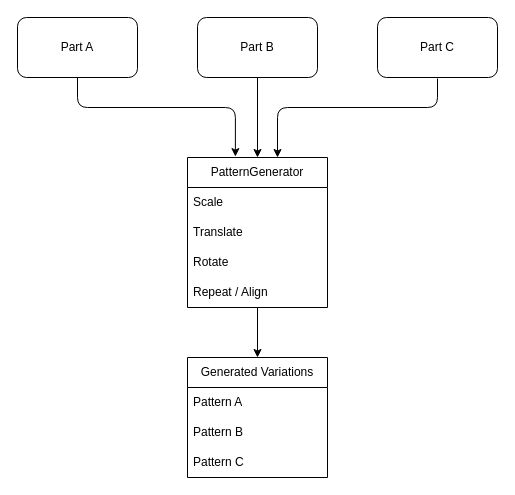
uminchegject/ToDo keeps this draw.io diagram as PF/Drawio/PatternGenerator.drawio. Above is the earlier version. Source tidied: cells renumbered, new cells numbered last; positions are measured from the earlier drawing's top-left corner, leaving out a move shared by most shapes. Both pictures are drawn from the tidied source at 100%, with x=0, y=0 at pixel (17, 17).
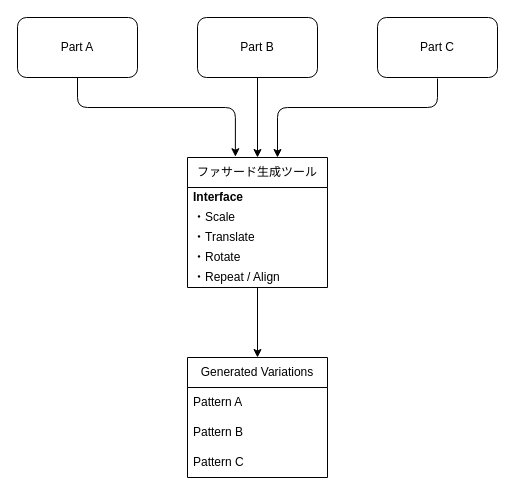
The same page after the edit.

Change to the diagram source:
```diff
@@
-    <mxCell id="4" value="PatternGenerator" style="swimlane;fontStyle=0;horizontal=1;startSize=30;whiteSpace=wrap;html=1;" parent="1" vertex="1">
-      <mxGeometry x="170" y="140" width="140" height="150" as="geometry" />
+    <mxCell id="4" value="ファサード生成ツール" style="swimlane;fontStyle=0;horizontal=1;startSize=30;whiteSpace=wrap;html=1;" parent="1" vertex="1">
+      <mxGeometry x="170" y="140" width="140" height="130" as="geometry" />
     </mxCell>
+    <mxCell id="18" value="&lt;b&gt;Interface&lt;/b&gt;" style="text;strokeColor=none;fillColor=none;align=left;verticalAlign=middle;spacingLeft=4;spacingRight=4;overflow=hidden;whiteSpace=wrap;html=1;" parent="4" vertex="1">
+      <mxGeometry y="30" width="140" height="20" as="geometry" />
+    </mxCell>
-    <mxCell id="5" value="Scale" style="text;strokeColor=none;fillColor=none;align=left;verticalAlign=middle;spacingLeft=4;spacingRight=4;overflow=hidden;whiteSpace=wrap;html=1;" parent="4" vertex="1">
-      <mxGeometry y="30" width="140" height="30" as="geometry" />
+    <mxCell id="5" value="・Scale" style="text;strokeColor=none;fillColor=none;align=left;verticalAlign=middle;spacingLeft=4;spacingRight=4;overflow=hidden;whiteSpace=wrap;html=1;" parent="4" vertex="1">
+      <mxGeometry y="50" width="140" height="20" as="geometry" />
     </mxCell>
-    <mxCell id="6" value="Translate" style="text;strokeColor=none;fillColor=none;align=left;verticalAlign=middle;spacingLeft=4;spacingRight=4;overflow=hidden;whiteSpace=wrap;html=1;" parent="4" vertex="1">
-      <mxGeometry y="60" width="140" height="30" as="geometry" />
+    <mxCell id="6" value="&lt;span style=&quot;color: rgb(0, 0, 0);&quot;&gt;・&lt;/span&gt;Translate" style="text;strokeColor=none;fillColor=none;align=left;verticalAlign=middle;spacingLeft=4;spacingRight=4;overflow=hidden;whiteSpace=wrap;html=1;" parent="4" vertex="1">
+      <mxGeometry y="70" width="140" height="20" as="geometry" />
     </mxCell>
-    <mxCell id="7" value="Rotate" style="text;strokeColor=none;fillColor=none;align=left;verticalAlign=middle;spacingLeft=4;spacingRight=4;overflow=hidden;whiteSpace=wrap;html=1;" parent="4" vertex="1">
-      <mxGeometry y="90" width="140" height="30" as="geometry" />
+    <mxCell id="7" value="&lt;span style=&quot;color: rgb(0, 0, 0);&quot;&gt;・&lt;/span&gt;Rotate" style="text;strokeColor=none;fillColor=none;align=left;verticalAlign=middle;spacingLeft=4;spacingRight=4;overflow=hidden;whiteSpace=wrap;html=1;" parent="4" vertex="1">
+      <mxGeometry y="90" width="140" height="20" as="geometry" />
     </mxCell>
-    <mxCell id="8" value="Repeat / Align" style="text;strokeColor=none;fillColor=none;align=left;verticalAlign=middle;spacingLeft=4;spacingRight=4;overflow=hidden;whiteSpace=wrap;html=1;" parent="4" vertex="1">
-      <mxGeometry y="120" width="140" height="30" as="geometry" />
+    <mxCell id="8" value="&lt;span style=&quot;color: rgb(0, 0, 0);&quot;&gt;・&lt;/span&gt;Repeat / Align" style="text;strokeColor=none;fillColor=none;align=left;verticalAlign=middle;spacingLeft=4;spacingRight=4;overflow=hidden;whiteSpace=wrap;html=1;" parent="4" vertex="1">
+      <mxGeometry y="110" width="140" height="20" as="geometry" />
     </mxCell>
```
